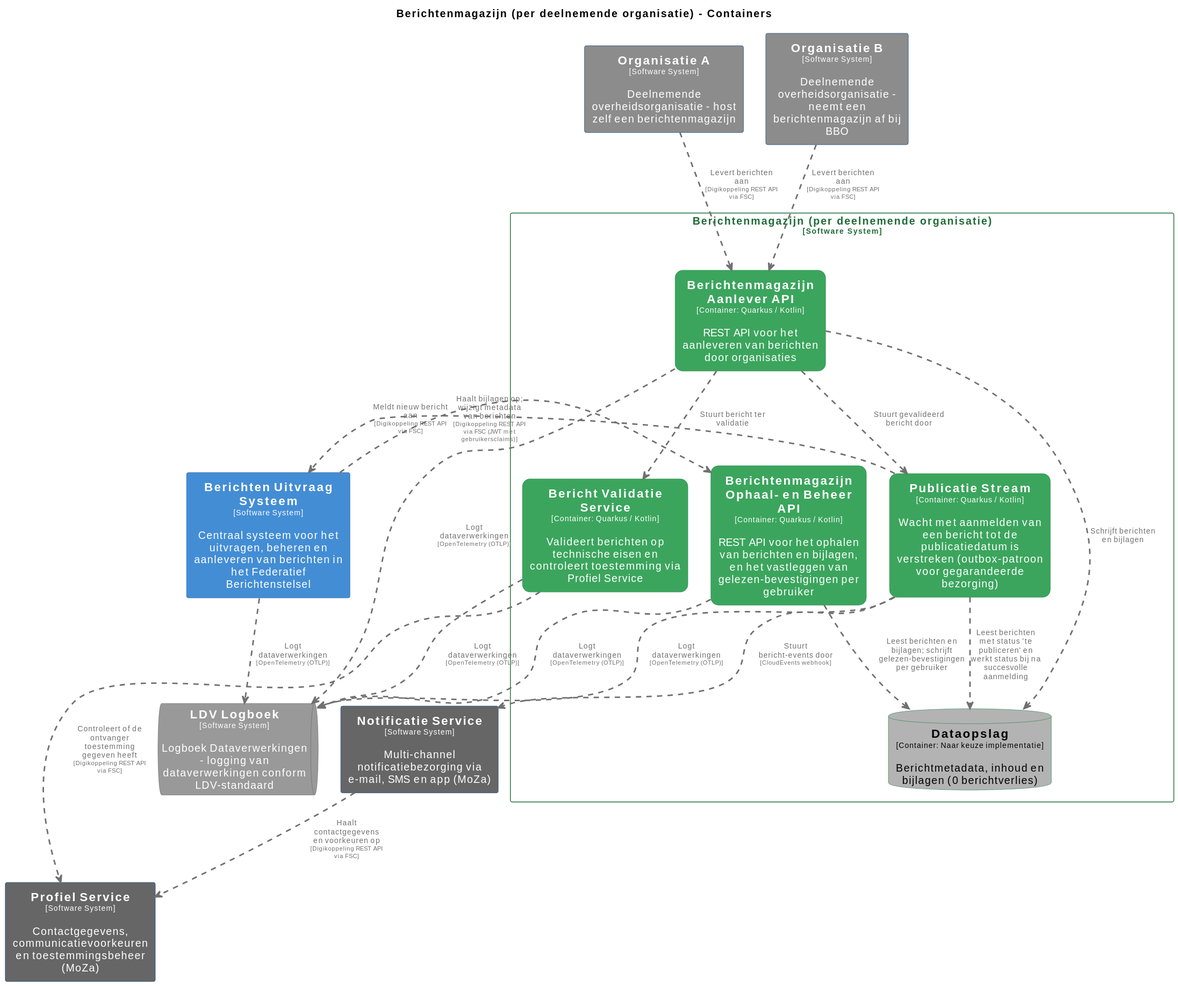
MinBZK/moza-poc-fbs-berichtenbox keeps this PlantUML diagram as pr-preview/pr-22/master/svg/BerichtenmagazijnContainers.svg. Above is the earlier version. Its source is kept beside it as pr-preview/pr-22/master/puml/BerichtenmagazijnContainers.puml.
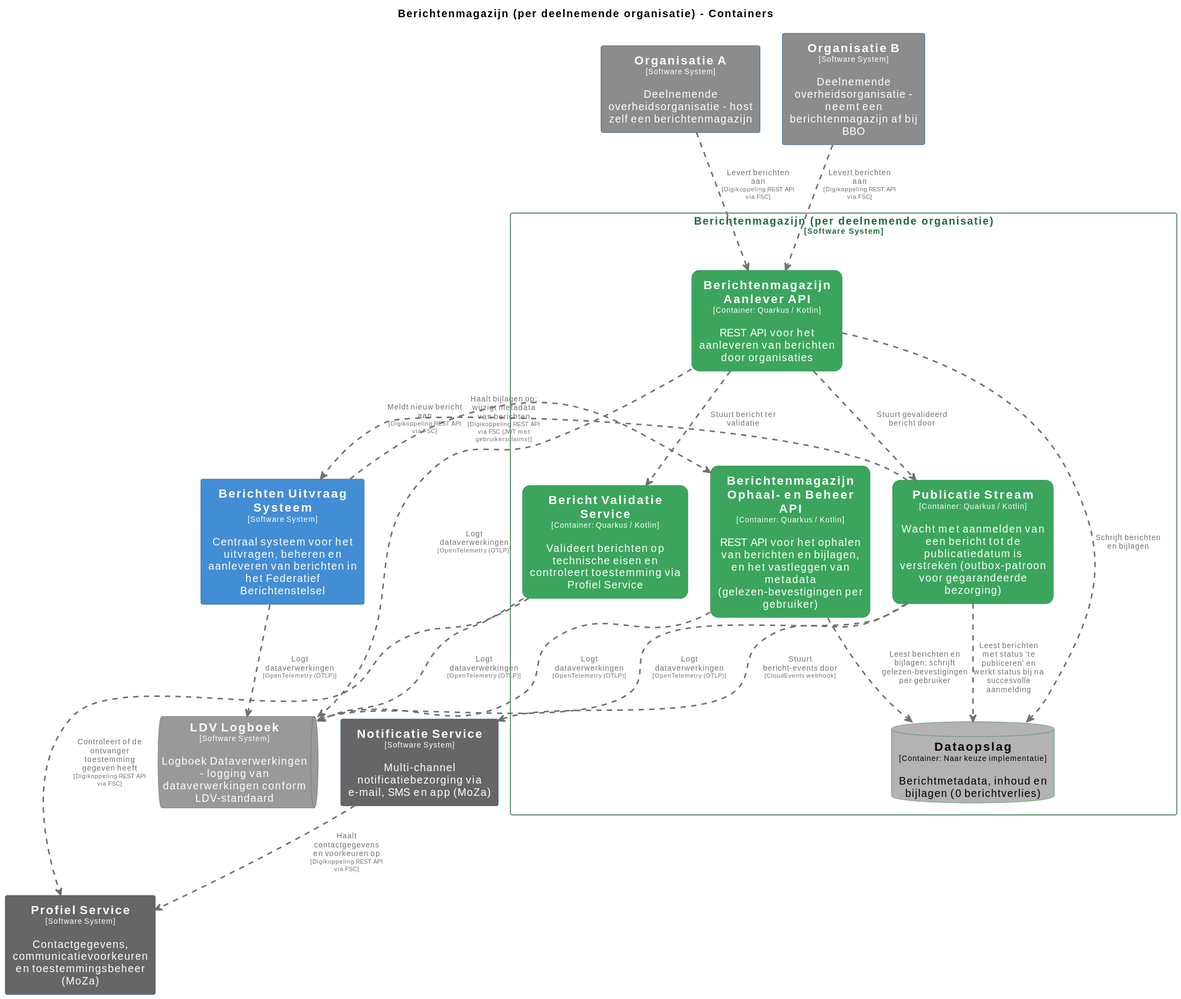
The same file after the commit.

What changed in the source:
```diff
@@ -99,7 +99,7 @@
 queue "==LDV Logboek\n<size:10>[Software System]</size>\n\nLogboek Dataverwerkingen - logging van dataverwerkingen conform LDV-standaard" <<LDVLogboek>> as LDVLogboek
 
 rectangle "Berichtenmagazijn (per deelnemende organisatie)\n<size:10>[Software System]</size>" <<Berichtenmagazijnperdeelnemendeorganisatie>> {
-  rectangle "==Berichtenmagazijn Ophaal- en Beheer API\n<size:10>[Container: Quarkus / Kotlin]</size>\n\nREST API voor het ophalen van berichten en bijlagen, en het vastleggen van gelezen-bevestigingen per gebruiker" <<Berichtenmagazijnperdeelnemendeorganisatie.BerichtenmagazijnOphaalenBeheerAPI>> as Berichtenmagazijnperdeelnemendeorganisatie.BerichtenmagazijnOphaalenBeheerAPI
+  rectangle "==Berichtenmagazijn Ophaal- en Beheer API\n<size:10>[Container: Quarkus / Kotlin]</size>\n\nREST API voor het ophalen van berichten en bijlagen, en het vastleggen van metadata (gelezen-bevestigingen per gebruiker)" <<Berichtenmagazijnperdeelnemendeorganisatie.BerichtenmagazijnOphaalenBeheerAPI>> as Berichtenmagazijnperdeelnemendeorganisatie.BerichtenmagazijnOphaalenBeheerAPI
   rectangle "==Berichtenmagazijn Aanlever API\n<size:10>[Container: Quarkus / Kotlin]</size>\n\nREST API voor het aanleveren van berichten door organisaties" <<Berichtenmagazijnperdeelnemendeorganisatie.BerichtenmagazijnAanleverAPI>> as Berichtenmagazijnperdeelnemendeorganisatie.BerichtenmagazijnAanleverAPI
   database "==Dataopslag\n<size:10>[Container: Naar keuze implementatie]</size>\n\nBerichtmetadata, inhoud en bijlagen (0 berichtverlies)" <<Berichtenmagazijnperdeelnemendeorganisatie.Dataopslag>> as Berichtenmagazijnperdeelnemendeorganisatie.Dataopslag
   rectangle "==Bericht Validatie Service\n<size:10>[Container: Quarkus / Kotlin]</size>\n\nValideert berichten op technische eisen en controleert toestemming via Profiel Service" <<Berichtenmagazijnperdeelnemendeorganisatie.BerichtValidatieService>> as Berichtenmagazijnperdeelnemendeorganisatie.BerichtValidatieService
```
